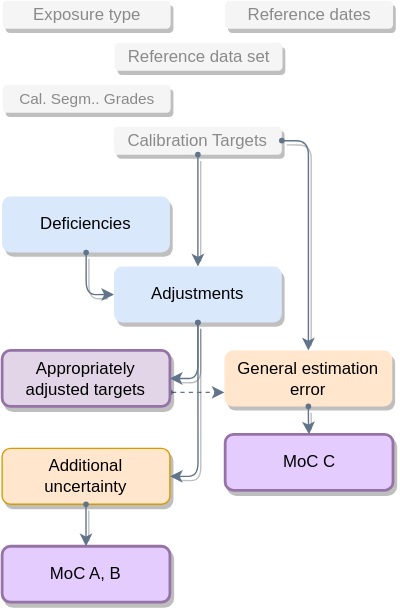
bergberg/eduquant-courses keeps this draw.io diagram as media/risk_quantification_moc.drawio.svg. Above is the earlier version. Source tidied: cells renumbered, new cells last; positions are measured from the earlier drawing's top-left corner, leaving out a move shared by most shapes.
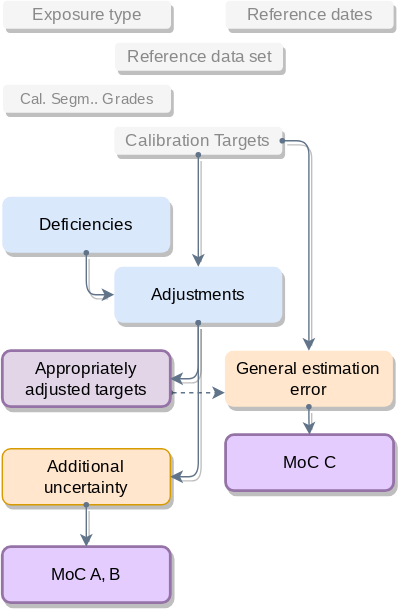
The same file after the commit.

Diff of the diagram source:
```diff
@@ -2,76 +2,76 @@
   <root>
     <mxCell id="0" />
     <mxCell id="1" parent="0" />
-    <mxCell id="2" value="MoC C" style="whiteSpace=wrap;html=1;shadow=1;fontFamily=Helvetica;fontStyle=0;strokeColor=#9673a6;fillColor=#E5CCFF;spacing=0;spacingTop=0;spacingLeft=4;spacingRight=4;rounded=1;glass=0;enumerate=0;imageHeight=24;strokeWidth=2;" parent="1" vertex="1">
+    <mxCell id="2" value="MoC C" style="whiteSpace=wrap;html=1;shadow=1;fontFamily=Open Sans;fontStyle=0;strokeColor=#9673a6;fillColor=#E5CCFF;spacing=0;spacingTop=0;spacingLeft=4;spacingRight=4;rounded=1;glass=0;enumerate=0;imageHeight=24;strokeWidth=2;fontSource=https%3A%2F%2Ffonts.googleapis.com%2Fcss%3Ffamily%3DOpen%2BSans;" parent="1" vertex="1">
       <mxGeometry x="159.5" y="310" width="120" height="40" as="geometry" />
     </mxCell>
-    <mxCell id="3" value="Reference dates" style="whiteSpace=wrap;html=1;shadow=1;fontFamily=Helvetica;fontStyle=0;strokeColor=none;fillColor=#f5f5f5;spacing=0;spacingTop=0;spacingLeft=4;spacingRight=4;rounded=1;glass=0;enumerate=0;imageHeight=24;fontColor=#8A8A8A;" parent="1" vertex="1">
+    <mxCell id="3" value="Reference dates" style="whiteSpace=wrap;html=1;shadow=1;fontFamily=Open Sans;fontStyle=0;strokeColor=none;fillColor=#f5f5f5;spacing=0;spacingTop=0;spacingLeft=4;spacingRight=4;rounded=1;glass=0;enumerate=0;imageHeight=24;fontColor=#8A8A8A;fontSource=https%3A%2F%2Ffonts.googleapis.com%2Fcss%3Ffamily%3DOpen%2BSans;" parent="1" vertex="1">
       <mxGeometry x="159.5" width="120" height="20" as="geometry" />
     </mxCell>
-    <mxCell id="4" value="Reference data set" style="whiteSpace=wrap;html=1;shadow=1;fontFamily=Helvetica;fontStyle=0;strokeColor=none;fillColor=#f5f5f5;spacing=0;spacingTop=0;spacingLeft=4;spacingRight=4;rounded=1;glass=0;enumerate=0;imageHeight=24;fontColor=#8A8A8A;" parent="1" vertex="1">
+    <mxCell id="4" value="Reference data set" style="whiteSpace=wrap;html=1;shadow=1;fontFamily=Open Sans;fontStyle=0;strokeColor=none;fillColor=#f5f5f5;spacing=0;spacingTop=0;spacingLeft=4;spacingRight=4;rounded=1;glass=0;enumerate=0;imageHeight=24;fontColor=#8A8A8A;fontSource=https%3A%2F%2Ffonts.googleapis.com%2Fcss%3Ffamily%3DOpen%2BSans;" parent="1" vertex="1">
       <mxGeometry x="80.5" y="30" width="120" height="20" as="geometry" />
     </mxCell>
-    <mxCell id="5" value="Adjustments" style="whiteSpace=wrap;html=1;shadow=1;fontFamily=Helvetica;fontStyle=0;strokeColor=none;fillColor=#dae8fc;spacing=0;spacingTop=0;spacingLeft=4;spacingRight=4;rounded=1;glass=0;enumerate=0;imageHeight=24;" parent="1" vertex="1">
+    <mxCell id="5" value="Adjustments" style="whiteSpace=wrap;html=1;shadow=1;fontFamily=Open Sans;fontStyle=0;strokeColor=none;fillColor=#dae8fc;spacing=0;spacingTop=0;spacingLeft=4;spacingRight=4;rounded=1;glass=0;enumerate=0;imageHeight=24;fontSource=https%3A%2F%2Ffonts.googleapis.com%2Fcss%3Ffamily%3DOpen%2BSans;" parent="1" vertex="1">
       <mxGeometry x="80" y="190" width="120" height="40" as="geometry" />
     </mxCell>
-    <mxCell id="6" value="Calibration Targets" style="whiteSpace=wrap;html=1;shadow=1;fontFamily=Helvetica;fontStyle=0;strokeColor=none;fillColor=#f5f5f5;spacing=0;spacingTop=0;spacingLeft=4;spacingRight=4;rounded=1;glass=0;enumerate=0;imageHeight=24;fontColor=#8A8A8A;" parent="1" vertex="1">
+    <mxCell id="6" value="Calibration Targets" style="whiteSpace=wrap;html=1;shadow=1;fontFamily=Open Sans;fontStyle=0;strokeColor=none;fillColor=#f5f5f5;spacing=0;spacingTop=0;spacingLeft=4;spacingRight=4;rounded=1;glass=0;enumerate=0;imageHeight=24;fontColor=#8A8A8A;fontSource=https%3A%2F%2Ffonts.googleapis.com%2Fcss%3Ffamily%3DOpen%2BSans;" parent="1" vertex="1">
       <mxGeometry x="80" y="90" width="120" height="20" as="geometry" />
     </mxCell>
-    <mxCell id="7" style="edgeStyle=orthogonalEdgeStyle;shape=connector;rounded=1;comic=0;html=1;exitX=1;exitY=0.75;exitDx=0;exitDy=0;entryX=0;entryY=0.75;entryDx=0;entryDy=0;shadow=0;labelBackgroundColor=none;fontFamily=Helvetica;fontSize=12;fontColor=none;startArrow=oval;startFill=1;endArrow=classic;endFill=1;startSize=3;strokeColor=#617489;strokeWidth=1;dashed=1;jumpStyle=arc;" parent="1" edge="1" source="8" target="17">
+    <mxCell id="7" style="edgeStyle=orthogonalEdgeStyle;shape=connector;rounded=1;comic=0;html=1;exitX=1;exitY=0.75;exitDx=0;exitDy=0;entryX=0;entryY=0.75;entryDx=0;entryDy=0;shadow=0;labelBackgroundColor=none;fontFamily=Open Sans;fontSize=12;fontColor=none;startArrow=oval;startFill=1;endArrow=classic;endFill=1;startSize=3;strokeColor=#617489;strokeWidth=1;dashed=1;jumpStyle=arc;fontSource=https%3A%2F%2Ffonts.googleapis.com%2Fcss%3Ffamily%3DOpen%2BSans;" parent="1" edge="1" source="8" target="17">
       <mxGeometry relative="1" as="geometry" />
     </mxCell>
-    <mxCell id="8" value="Appropriately adjusted targets" style="whiteSpace=wrap;html=1;shadow=1;fontFamily=Helvetica;fontStyle=0;strokeColor=#9673a6;fillColor=#e1d5e7;spacing=0;spacingTop=0;spacingLeft=4;spacingRight=4;rounded=1;glass=0;enumerate=0;imageHeight=24;strokeWidth=2;" parent="1" vertex="1">
+    <mxCell id="8" value="Appropriately adjusted targets" style="whiteSpace=wrap;html=1;shadow=1;fontFamily=Open Sans;fontStyle=0;strokeColor=#9673a6;fillColor=#e1d5e7;spacing=0;spacingTop=0;spacingLeft=4;spacingRight=4;rounded=1;glass=0;enumerate=0;imageHeight=24;strokeWidth=2;fontSource=https%3A%2F%2Ffonts.googleapis.com%2Fcss%3Ffamily%3DOpen%2BSans;" parent="1" vertex="1">
       <mxGeometry y="250" width="120" height="40" as="geometry" />
     </mxCell>
-    <mxCell id="9" value="Cal. Segm.. Grades" style="whiteSpace=wrap;html=1;shadow=1;fontFamily=Helvetica;fontStyle=0;strokeColor=none;fillColor=#f5f5f5;spacing=0;spacingTop=0;spacingLeft=4;spacingRight=4;rounded=1;glass=0;enumerate=0;imageHeight=24;fontSize=11;fontColor=#8A8A8A;" parent="1" vertex="1">
+    <mxCell id="9" value="Cal. Segm.. Grades" style="whiteSpace=wrap;html=1;shadow=1;fontFamily=Open Sans;fontStyle=0;strokeColor=none;fillColor=#f5f5f5;spacing=0;spacingTop=0;spacingLeft=4;spacingRight=4;rounded=1;glass=0;enumerate=0;imageHeight=24;fontSize=11;fontColor=#8A8A8A;fontSource=https%3A%2F%2Ffonts.googleapis.com%2Fcss%3Ffamily%3DOpen%2BSans;" parent="1" vertex="1">
       <mxGeometry x="0.5" y="60" width="120" height="20" as="geometry" />
     </mxCell>
-    <mxCell id="10" value="Deficiencies" style="whiteSpace=wrap;html=1;shadow=1;fontFamily=Helvetica;fontStyle=0;strokeColor=none;fillColor=#dae8fc;spacing=9;spacingTop=0;spacingLeft=4;spacingRight=4;rounded=1;glass=0;enumerate=0;imageHeight=24;fontSize=12;" parent="1" vertex="1">
+    <mxCell id="10" value="Deficiencies" style="whiteSpace=wrap;html=1;shadow=1;fontFamily=Open Sans;fontStyle=0;strokeColor=none;fillColor=#dae8fc;spacing=9;spacingTop=0;spacingLeft=4;spacingRight=4;rounded=1;glass=0;enumerate=0;imageHeight=24;fontSize=12;fontSource=https%3A%2F%2Ffonts.googleapis.com%2Fcss%3Ffamily%3DOpen%2BSans;" parent="1" vertex="1">
       <mxGeometry y="140" width="120" height="40" as="geometry" />
     </mxCell>
-    <mxCell id="11" style="edgeStyle=orthogonalEdgeStyle;shape=connector;rounded=1;comic=0;html=1;shadow=1;labelBackgroundColor=none;fontFamily=Helvetica;fontSize=12;fontColor=none;startArrow=oval;startFill=1;endArrow=classic;endFill=1;startSize=3;strokeColor=#617489;strokeWidth=1;exitX=0.5;exitY=1;exitDx=0;exitDy=0;entryX=1;entryY=0.5;entryDx=0;entryDy=0;" parent="1" edge="1" source="5" target="8">
+    <mxCell id="11" style="edgeStyle=orthogonalEdgeStyle;shape=connector;rounded=1;comic=0;html=1;shadow=1;labelBackgroundColor=none;fontFamily=Open Sans;fontSize=12;fontColor=none;startArrow=oval;startFill=1;endArrow=classic;endFill=1;startSize=3;strokeColor=#617489;strokeWidth=1;exitX=0.5;exitY=1;exitDx=0;exitDy=0;entryX=1;entryY=0.5;entryDx=0;entryDy=0;fontSource=https%3A%2F%2Ffonts.googleapis.com%2Fcss%3Ffamily%3DOpen%2BSans;" parent="1" edge="1" source="5" target="8">
       <mxGeometry relative="1" as="geometry" />
     </mxCell>
-    <mxCell id="12" style="edgeStyle=orthogonalEdgeStyle;shape=connector;rounded=1;comic=0;html=1;shadow=1;labelBackgroundColor=none;fontFamily=Helvetica;fontSize=12;fontColor=none;startArrow=oval;startFill=1;endArrow=classic;endFill=1;startSize=3;strokeColor=#617489;strokeWidth=1;entryX=0;entryY=0.5;entryDx=0;entryDy=0;" parent="1" edge="1" source="10" target="5">
+    <mxCell id="12" style="edgeStyle=orthogonalEdgeStyle;shape=connector;rounded=1;comic=0;html=1;shadow=1;labelBackgroundColor=none;fontFamily=Open Sans;fontSize=12;fontColor=none;startArrow=oval;startFill=1;endArrow=classic;endFill=1;startSize=3;strokeColor=#617489;strokeWidth=1;entryX=0;entryY=0.5;entryDx=0;entryDy=0;fontSource=https%3A%2F%2Ffonts.googleapis.com%2Fcss%3Ffamily%3DOpen%2BSans;" parent="1" edge="1" source="10" target="5">
       <mxGeometry relative="1" as="geometry" />
     </mxCell>
-    <mxCell id="13" style="edgeStyle=orthogonalEdgeStyle;shape=connector;rounded=1;comic=0;html=1;shadow=1;labelBackgroundColor=none;fontFamily=Helvetica;fontSize=12;fontColor=none;startArrow=oval;startFill=1;endArrow=classic;endFill=1;startSize=3;strokeColor=#617489;strokeWidth=1;" parent="1" edge="1" source="6" target="5">
+    <mxCell id="13" style="edgeStyle=orthogonalEdgeStyle;shape=connector;rounded=1;comic=0;html=1;shadow=1;labelBackgroundColor=none;fontFamily=Open Sans;fontSize=12;fontColor=none;startArrow=oval;startFill=1;endArrow=classic;endFill=1;startSize=3;strokeColor=#617489;strokeWidth=1;fontSource=https%3A%2F%2Ffonts.googleapis.com%2Fcss%3Ffamily%3DOpen%2BSans;" parent="1" edge="1" source="6" target="5">
       <mxGeometry relative="1" as="geometry" />
     </mxCell>
-    <mxCell id="14" style="edgeStyle=orthogonalEdgeStyle;shape=connector;rounded=1;comic=0;html=1;shadow=1;labelBackgroundColor=none;fontFamily=Helvetica;fontSize=12;fontColor=#8A8A8A;startArrow=oval;startFill=1;endArrow=classic;endFill=1;startSize=3;strokeColor=none;strokeWidth=1;entryX=0;entryY=0.5;entryDx=0;entryDy=0;fillColor=#f5f5f5;" parent="1" edge="1" source="9" target="6">
+    <mxCell id="14" style="edgeStyle=orthogonalEdgeStyle;shape=connector;rounded=1;comic=0;html=1;shadow=1;labelBackgroundColor=none;fontFamily=Open Sans;fontSize=12;fontColor=#8A8A8A;startArrow=oval;startFill=1;endArrow=classic;endFill=1;startSize=3;strokeColor=none;strokeWidth=1;entryX=0;entryY=0.5;entryDx=0;entryDy=0;fillColor=#f5f5f5;fontSource=https%3A%2F%2Ffonts.googleapis.com%2Fcss%3Ffamily%3DOpen%2BSans;" parent="1" edge="1" source="9" target="6">
       <mxGeometry relative="1" as="geometry" />
     </mxCell>
-    <mxCell id="15" style="edgeStyle=none;html=1;fontFamily=Helvetica;labelBackgroundColor=none;fontSize=12;strokeColor=none;fontColor=#8A8A8A;comic=0;shadow=1;startArrow=oval;startFill=1;endFill=1;startSize=3;strokeWidth=1;fillColor=#f5f5f5;" parent="1" edge="1" source="4" target="6">
+    <mxCell id="15" style="edgeStyle=none;html=1;fontFamily=Open Sans;labelBackgroundColor=none;fontSize=12;strokeColor=none;fontColor=#8A8A8A;comic=0;shadow=1;startArrow=oval;startFill=1;endFill=1;startSize=3;strokeWidth=1;fillColor=#f5f5f5;fontSource=https%3A%2F%2Ffonts.googleapis.com%2Fcss%3Ffamily%3DOpen%2BSans;" parent="1" edge="1" source="4" target="6">
       <mxGeometry relative="1" as="geometry" />
     </mxCell>
-    <mxCell id="16" value="MoC A, B" style="whiteSpace=wrap;html=1;shadow=1;fontFamily=Helvetica;fontStyle=0;strokeColor=#9673a6;fillColor=#E5CCFF;spacing=0;spacingTop=0;spacingLeft=4;spacingRight=4;rounded=1;glass=0;enumerate=0;imageHeight=24;strokeWidth=2;" parent="1" vertex="1">
+    <mxCell id="16" value="MoC A, B" style="whiteSpace=wrap;html=1;shadow=1;fontFamily=Open Sans;fontStyle=0;strokeColor=#9673a6;fillColor=#E5CCFF;spacing=0;spacingTop=0;spacingLeft=4;spacingRight=4;rounded=1;glass=0;enumerate=0;imageHeight=24;strokeWidth=2;fontSource=https%3A%2F%2Ffonts.googleapis.com%2Fcss%3Ffamily%3DOpen%2BSans;" parent="1" vertex="1">
       <mxGeometry y="390" width="120" height="40" as="geometry" />
     </mxCell>
-    <mxCell id="17" value="General estimation error" style="whiteSpace=wrap;html=1;shadow=1;fontFamily=Helvetica;fontStyle=0;strokeColor=none;fillColor=#ffe6cc;spacing=0;spacingTop=0;spacingLeft=4;spacingRight=4;rounded=1;glass=0;enumerate=0;imageHeight=24;" parent="1" vertex="1">
+    <mxCell id="17" value="General estimation error" style="whiteSpace=wrap;html=1;shadow=1;fontFamily=Open Sans;fontStyle=0;strokeColor=none;fillColor=#ffe6cc;spacing=0;spacingTop=0;spacingLeft=4;spacingRight=4;rounded=1;glass=0;enumerate=0;imageHeight=24;fontSource=https%3A%2F%2Ffonts.googleapis.com%2Fcss%3Ffamily%3DOpen%2BSans;" parent="1" vertex="1">
       <mxGeometry x="159" y="250" width="120" height="40" as="geometry" />
     </mxCell>
-    <mxCell id="18" style="edgeStyle=orthogonalEdgeStyle;shape=connector;rounded=1;comic=0;html=1;entryX=1;entryY=0.5;entryDx=0;entryDy=0;shadow=1;labelBackgroundColor=none;fontFamily=Helvetica;fontSize=12;fontColor=#8A8A8A;startArrow=oval;startFill=1;endArrow=classic;endFill=1;startSize=3;strokeColor=none;strokeWidth=1;fillColor=#f5f5f5;" parent="1" edge="1" source="3" target="4">
+    <mxCell id="18" style="edgeStyle=orthogonalEdgeStyle;shape=connector;rounded=1;comic=0;html=1;entryX=1;entryY=0.5;entryDx=0;entryDy=0;shadow=1;labelBackgroundColor=none;fontFamily=Open Sans;fontSize=12;fontColor=#8A8A8A;startArrow=oval;startFill=1;endArrow=classic;endFill=1;startSize=3;strokeColor=none;strokeWidth=1;fillColor=#f5f5f5;fontSource=https%3A%2F%2Ffonts.googleapis.com%2Fcss%3Ffamily%3DOpen%2BSans;" parent="1" edge="1" source="3" target="4">
       <mxGeometry relative="1" as="geometry" />
     </mxCell>
-    <mxCell id="19" value="Exposure type" style="whiteSpace=wrap;html=1;shadow=1;fontFamily=Helvetica;fontStyle=0;strokeColor=none;fillColor=#f5f5f5;spacing=0;spacingTop=0;spacingLeft=4;spacingRight=4;rounded=1;glass=0;enumerate=0;imageHeight=24;fontColor=#8A8A8A;" parent="1" vertex="1">
+    <mxCell id="19" value="Exposure type" style="whiteSpace=wrap;html=1;shadow=1;fontFamily=Open Sans;fontStyle=0;strokeColor=none;fillColor=#f5f5f5;spacing=0;spacingTop=0;spacingLeft=4;spacingRight=4;rounded=1;glass=0;enumerate=0;imageHeight=24;fontColor=#8A8A8A;fontSource=https%3A%2F%2Ffonts.googleapis.com%2Fcss%3Ffamily%3DOpen%2BSans;" parent="1" vertex="1">
       <mxGeometry x="0.5" width="120" height="20" as="geometry" />
     </mxCell>
-    <mxCell id="20" style="edgeStyle=orthogonalEdgeStyle;shape=connector;rounded=1;comic=0;html=1;entryX=0;entryY=0.5;entryDx=0;entryDy=0;shadow=1;labelBackgroundColor=none;fontFamily=Helvetica;fontSize=12;fontColor=#8A8A8A;startArrow=oval;startFill=1;endArrow=classic;endFill=1;startSize=3;strokeColor=none;strokeWidth=1;fillColor=#f5f5f5;" parent="1" edge="1" source="19" target="4">
+    <mxCell id="20" style="edgeStyle=orthogonalEdgeStyle;shape=connector;rounded=1;comic=0;html=1;entryX=0;entryY=0.5;entryDx=0;entryDy=0;shadow=1;labelBackgroundColor=none;fontFamily=Open Sans;fontSize=12;fontColor=#8A8A8A;startArrow=oval;startFill=1;endArrow=classic;endFill=1;startSize=3;strokeColor=none;strokeWidth=1;fillColor=#f5f5f5;fontSource=https%3A%2F%2Ffonts.googleapis.com%2Fcss%3Ffamily%3DOpen%2BSans;" parent="1" edge="1" source="19" target="4">
       <mxGeometry relative="1" as="geometry" />
     </mxCell>
-    <mxCell id="21" style="edgeStyle=orthogonalEdgeStyle;html=1;entryX=0.5;entryY=0;entryDx=0;entryDy=0;labelBackgroundColor=none;fontSize=12;strokeColor=#617489;fontColor=none;comic=0;shadow=1;startArrow=oval;startFill=1;endFill=1;startSize=3;strokeWidth=1;exitX=1;exitY=0.5;exitDx=0;exitDy=0;" parent="1" edge="1" source="6" target="17">
+    <mxCell id="21" style="edgeStyle=orthogonalEdgeStyle;html=1;entryX=0.5;entryY=0;entryDx=0;entryDy=0;labelBackgroundColor=none;fontSize=12;strokeColor=#617489;fontColor=none;comic=0;shadow=1;startArrow=oval;startFill=1;endFill=1;startSize=3;strokeWidth=1;exitX=1;exitY=0.5;exitDx=0;exitDy=0;fontFamily=Open Sans;fontSource=https%3A%2F%2Ffonts.googleapis.com%2Fcss%3Ffamily%3DOpen%2BSans;" parent="1" edge="1" source="6" target="17">
       <mxGeometry relative="1" as="geometry" />
     </mxCell>
-    <mxCell id="22" style="edgeStyle=orthogonalEdgeStyle;shape=connector;rounded=1;comic=0;html=1;shadow=1;labelBackgroundColor=none;fontFamily=Helvetica;fontSize=12;fontColor=none;startArrow=oval;startFill=1;endArrow=classic;endFill=1;startSize=3;strokeColor=#617489;strokeWidth=1;entryX=0.5;entryY=0;entryDx=0;entryDy=0;" parent="1" edge="1" source="17" target="2">
+    <mxCell id="22" style="edgeStyle=orthogonalEdgeStyle;shape=connector;rounded=1;comic=0;html=1;shadow=1;labelBackgroundColor=none;fontFamily=Open Sans;fontSize=12;fontColor=none;startArrow=oval;startFill=1;endArrow=classic;endFill=1;startSize=3;strokeColor=#617489;strokeWidth=1;entryX=0.5;entryY=0;entryDx=0;entryDy=0;fontSource=https%3A%2F%2Ffonts.googleapis.com%2Fcss%3Ffamily%3DOpen%2BSans;" parent="1" edge="1" source="17" target="2">
       <mxGeometry relative="1" as="geometry" />
     </mxCell>
-    <mxCell id="23" value="Additional uncertainty" style="whiteSpace=wrap;html=1;shadow=1;fontFamily=Helvetica;fontStyle=0;strokeColor=#d79b00;fillColor=#ffe6cc;spacing=0;spacingTop=0;spacingLeft=4;spacingRight=4;rounded=1;glass=0;enumerate=0;imageHeight=24;" parent="1" vertex="1">
+    <mxCell id="23" value="Additional uncertainty" style="whiteSpace=wrap;html=1;shadow=1;fontFamily=Open Sans;fontStyle=0;strokeColor=#d79b00;fillColor=#ffe6cc;spacing=0;spacingTop=0;spacingLeft=4;spacingRight=4;rounded=1;glass=0;enumerate=0;imageHeight=24;fontSource=https%3A%2F%2Ffonts.googleapis.com%2Fcss%3Ffamily%3DOpen%2BSans;" parent="1" vertex="1">
       <mxGeometry y="320" width="120" height="40" as="geometry" />
     </mxCell>
-    <mxCell id="24" style="edgeStyle=orthogonalEdgeStyle;shape=connector;rounded=1;comic=0;html=1;exitX=0.5;exitY=1;exitDx=0;exitDy=0;entryX=1;entryY=0.5;entryDx=0;entryDy=0;shadow=1;labelBackgroundColor=none;fontFamily=Helvetica;fontSize=12;fontColor=none;startArrow=oval;startFill=1;endArrow=classic;endFill=1;startSize=3;strokeColor=#617489;strokeWidth=1;" parent="1" edge="1" source="5" target="23">
+    <mxCell id="24" style="edgeStyle=orthogonalEdgeStyle;shape=connector;rounded=1;comic=0;html=1;exitX=0.5;exitY=1;exitDx=0;exitDy=0;entryX=1;entryY=0.5;entryDx=0;entryDy=0;shadow=1;labelBackgroundColor=none;fontFamily=Open Sans;fontSize=12;fontColor=none;startArrow=oval;startFill=1;endArrow=classic;endFill=1;startSize=3;strokeColor=#617489;strokeWidth=1;fontSource=https%3A%2F%2Ffonts.googleapis.com%2Fcss%3Ffamily%3DOpen%2BSans;" parent="1" edge="1" source="5" target="23">
       <mxGeometry relative="1" as="geometry" />
     </mxCell>
-    <mxCell id="25" style="edgeStyle=orthogonalEdgeStyle;shape=connector;rounded=1;comic=0;html=1;exitX=0.5;exitY=1;exitDx=0;exitDy=0;entryX=0.5;entryY=0;entryDx=0;entryDy=0;shadow=1;labelBackgroundColor=none;fontFamily=Helvetica;fontSize=12;fontColor=none;startArrow=oval;startFill=1;endArrow=classic;endFill=1;startSize=3;strokeColor=#617489;strokeWidth=1;" parent="1" edge="1" source="23" target="16">
+    <mxCell id="25" style="edgeStyle=orthogonalEdgeStyle;shape=connector;rounded=1;comic=0;html=1;exitX=0.5;exitY=1;exitDx=0;exitDy=0;entryX=0.5;entryY=0;entryDx=0;entryDy=0;shadow=1;labelBackgroundColor=none;fontFamily=Open Sans;fontSize=12;fontColor=none;startArrow=oval;startFill=1;endArrow=classic;endFill=1;startSize=3;strokeColor=#617489;strokeWidth=1;fontSource=https%3A%2F%2Ffonts.googleapis.com%2Fcss%3Ffamily%3DOpen%2BSans;" parent="1" edge="1" source="23" target="16">
       <mxGeometry relative="1" as="geometry" />
     </mxCell>
   </root>
```
